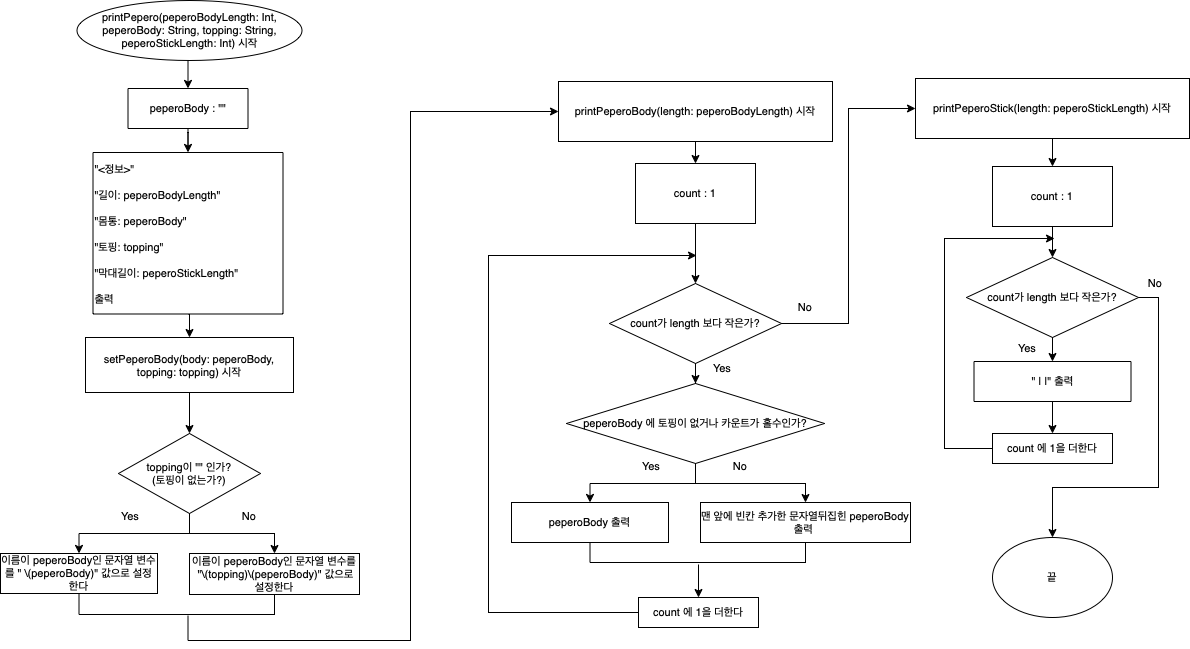
Before: step3 순서도.png, a diagram exported from draw.io (yagom-academy/swift-starter-camp-4th). Source tidied: cells renumbered, new cells last; positions are measured from the earlier drawing's top-left corner, leaving out a move shared by most shapes.
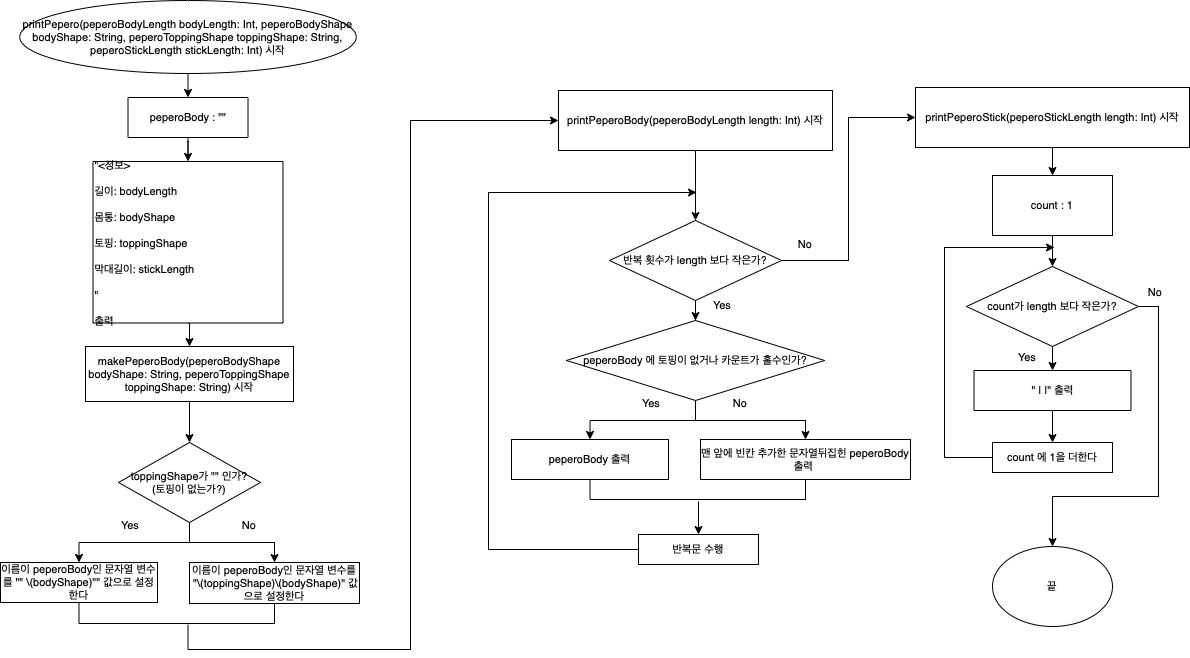
Later version of the same file.

Change to the diagram source:
```diff
@@ -5,8 +5,8 @@
     <mxCell id="2" style="edgeStyle=orthogonalEdgeStyle;rounded=0;jettySize=auto;html=1;exitX=0.5;exitY=1;exitDx=0;exitDy=0;entryX=0.5;entryY=0;entryDx=0;entryDy=0;fontSize=11;" parent="1" edge="1" source="3" target="5">
       <mxGeometry relative="1" as="geometry" />
     </mxCell>
-    <mxCell id="3" value="printPepero(peperoBodyLength: Int, peperoBody: String, topping: String, peperoStickLength: Int) 시작" style="ellipse;labelBackgroundColor=none;labelBorderColor=none;whiteSpace=wrap;fontSize=11;" parent="1" vertex="1">
-      <mxGeometry x="76.5" width="225" height="60" as="geometry" />
+    <mxCell id="3" value="printPepero(peperoBodyLength bodyLength: Int, peperoBodyShape bodyShape: String, peperoToppingShape toppingShape: String, peperoStickLength stickLength: Int) 시작" style="ellipse;labelBackgroundColor=none;labelBorderColor=none;whiteSpace=wrap;fontSize=11;html=1;" parent="1" vertex="1">
+      <mxGeometry x="19.2" y="-9" width="336.5" height="73" as="geometry" />
     </mxCell>
     <mxCell id="4" style="edgeStyle=orthogonalEdgeStyle;rounded=0;jettySize=auto;html=1;exitX=0.5;exitY=1;exitDx=0;exitDy=0;fontSize=11;" parent="1" edge="1" source="5" target="7">
       <mxGeometry relative="1" as="geometry" />
@@ -17,13 +17,13 @@
     <mxCell id="6" style="edgeStyle=orthogonalEdgeStyle;rounded=0;jettySize=auto;html=1;exitX=0.5;exitY=1;exitDx=0;exitDy=0;entryX=0.5;entryY=0;entryDx=0;entryDy=0;fontSize=11;" parent="1" edge="1" source="7" target="9">
       <mxGeometry relative="1" as="geometry" />
     </mxCell>
-    <mxCell id="7" value="&quot;&lt;정보&gt;&quot;&#10;&#10;&quot;길이: peperoBodyLength&quot;&#10;&#10;&quot;몸통: peperoBody&quot;&#10;&#10;&quot;토핑: topping&quot;&#10;&#10;&quot;막대길이: peperoStickLength&quot; &#10;&#10;출력" style="rounded=0;labelBackgroundColor=none;labelBorderColor=none;fontSize=11;align=left;" parent="1" vertex="1">
+    <mxCell id="7" value="&quot;&lt;정보&gt;&#10;&#10;길이: bodyLength&#10;&#10;몸통: bodyShape&#10;&#10;토핑: toppingShape&#10;&#10;막대길이: stickLength&#10;&#10;&quot; &#10;&#10;출력" style="rounded=0;labelBackgroundColor=none;labelBorderColor=none;fontSize=11;align=left;" parent="1" vertex="1">
       <mxGeometry x="92.5" y="152" width="190" height="161.5" as="geometry" />
     </mxCell>
     <mxCell id="8" style="edgeStyle=orthogonalEdgeStyle;rounded=0;jettySize=auto;html=1;exitX=0.5;exitY=1;exitDx=0;exitDy=0;fontSize=11;" parent="1" edge="1" source="9" target="12">
       <mxGeometry relative="1" as="geometry" />
     </mxCell>
-    <mxCell id="9" value="setPeperoBody(body: peperoBody, topping: topping) 시작" style="rounded=0;labelBackgroundColor=none;labelBorderColor=none;fontSize=11;whiteSpace=wrap;" parent="1" vertex="1">
+    <mxCell id="9" value="makePeperoBody(peperoBodyShape bodyShape: String, peperoToppingShape toppingShape: String) 시작" style="rounded=0;labelBackgroundColor=none;labelBorderColor=none;fontSize=11;whiteSpace=wrap;" parent="1" vertex="1">
       <mxGeometry x="85" y="337" width="208" height="55" as="geometry" />
     </mxCell>
     <mxCell id="10" style="edgeStyle=orthogonalEdgeStyle;rounded=0;jettySize=auto;html=1;fontSize=11;" parent="1" edge="1" source="12" target="14">
@@ -32,16 +32,16 @@
     <mxCell id="11" style="edgeStyle=orthogonalEdgeStyle;rounded=0;jettySize=auto;html=1;exitX=0.5;exitY=1;exitDx=0;exitDy=0;fontSize=11;" parent="1" edge="1" source="12" target="15">
       <mxGeometry relative="1" as="geometry" />
     </mxCell>
-    <mxCell id="12" value="topping이 &quot;&quot; 인가?&lt;br&gt;(토핑이 없는가?)" style="rhombus;whiteSpace=wrap;html=1;labelBackgroundColor=none;labelBorderColor=none;fontSize=11;" parent="1" vertex="1">
+    <mxCell id="12" value="toppingShape가 &quot;&quot; 인가?&lt;br&gt;(토핑이 없는가?)" style="rhombus;whiteSpace=wrap;html=1;labelBackgroundColor=none;labelBorderColor=none;fontSize=11;" parent="1" vertex="1">
       <mxGeometry x="118" y="433" width="142" height="80" as="geometry" />
     </mxCell>
     <mxCell id="13" style="edgeStyle=orthogonalEdgeStyle;rounded=0;jettySize=auto;html=1;exitX=0.5;exitY=1;exitDx=0;exitDy=0;entryX=0.5;entryY=1;entryDx=0;entryDy=0;fontSize=11;endArrow=none;endFill=0;" parent="1" edge="1" source="14" target="15">
       <mxGeometry relative="1" as="geometry" />
     </mxCell>
-    <mxCell id="14" value="이름이 peperoBody인 문자열 변수를&amp;nbsp;&quot; \(peperoBody)&quot; 값으로 설정한다" style="rounded=0;whiteSpace=wrap;html=1;labelBackgroundColor=none;labelBorderColor=none;fontSize=11;" parent="1" vertex="1">
+    <mxCell id="14" value="이름이 peperoBody인 문자열 변수를 &quot;&quot; \(bodyShape)&quot;&quot; 값으로 설정한다" style="rounded=0;whiteSpace=wrap;labelBackgroundColor=none;labelBorderColor=none;fontSize=11;" parent="1" vertex="1">
       <mxGeometry y="553" width="157" height="40" as="geometry" />
     </mxCell>
-    <mxCell id="15" value="이름이 peperoBody인 문자열 변수를 &amp;nbsp;&quot;\(topping)\(peperoBody)&quot; 값으로 설정한다" style="rounded=0;whiteSpace=wrap;html=1;labelBackgroundColor=none;labelBorderColor=none;fontSize=11;" parent="1" vertex="1">
+    <mxCell id="15" value="이름이 peperoBody인 문자열 변수를 &amp;nbsp;&quot;\(toppingShape)\(bodyShape)&quot; 값으로 설정한다" style="rounded=0;whiteSpace=wrap;html=1;labelBackgroundColor=none;labelBorderColor=none;fontSize=11;" parent="1" vertex="1">
       <mxGeometry x="189" y="553" width="170" height="41" as="geometry" />
     </mxCell>
     <mxCell id="16" value="Yes" style="text;html=1;strokeColor=none;fillColor=none;align=center;verticalAlign=middle;whiteSpace=wrap;rounded=0;labelBackgroundColor=none;labelBorderColor=none;fontSize=11;" parent="1" vertex="1">
@@ -60,18 +60,12 @@
         </Array>
       </mxGeometry>
     </mxCell>
-    <mxCell id="19" style="edgeStyle=orthogonalEdgeStyle;rounded=0;jettySize=auto;html=1;fontSize=11;endArrow=classic;endFill=1;" parent="1" edge="1" source="20" target="22">
-      <mxGeometry relative="1" as="geometry" />
-    </mxCell>
-    <mxCell id="20" value="printPeperoBody(length: peperoBodyLength) 시작" style="rounded=0;whiteSpace=wrap;labelBackgroundColor=none;labelBorderColor=none;fontSize=11;" parent="1" vertex="1">
+    <mxCell id="20" value="printPeperoBody(peperoBodyLength length: Int) 시작" style="rounded=0;whiteSpace=wrap;labelBackgroundColor=none;labelBorderColor=none;fontSize=11;html=1;" parent="1" vertex="1">
       <mxGeometry x="558" y="81" width="274" height="60" as="geometry" />
     </mxCell>
-    <mxCell id="21" style="edgeStyle=orthogonalEdgeStyle;rounded=0;jettySize=auto;html=1;exitX=0.5;exitY=1;exitDx=0;exitDy=0;entryX=0.5;entryY=0;entryDx=0;entryDy=0;fontSize=11;endArrow=classic;endFill=1;" parent="1" edge="1" source="22" target="33">
+    <mxCell id="21" style="edgeStyle=orthogonalEdgeStyle;rounded=0;jettySize=auto;html=1;entryX=0.5;entryY=0;entryDx=0;entryDy=0;fontSize=11;endArrow=classic;endFill=1;" parent="1" edge="1" source="20" target="33">
       <mxGeometry relative="1" as="geometry" />
     </mxCell>
-    <mxCell id="22" value="count : 1" style="rounded=0;whiteSpace=wrap;html=1;labelBackgroundColor=none;labelBorderColor=none;fontSize=11;" parent="1" vertex="1">
-      <mxGeometry x="635" y="163" width="120" height="60" as="geometry" />
-    </mxCell>
     <mxCell id="23" style="edgeStyle=orthogonalEdgeStyle;rounded=0;jettySize=auto;html=1;entryX=0.5;entryY=0;entryDx=0;entryDy=0;fontSize=11;endArrow=classic;endFill=1;" parent="1" edge="1" source="25" target="27">
       <mxGeometry relative="1" as="geometry" />
     </mxCell>
@@ -79,22 +73,22 @@
       <mxGeometry relative="1" as="geometry" />
     </mxCell>
     <mxCell id="25" value="peperoBody 에 토핑이 없거나 카운트가 홀수인가?" style="rhombus;whiteSpace=wrap;html=1;labelBackgroundColor=none;labelBorderColor=none;fontSize=11;" parent="1" vertex="1">
-      <mxGeometry x="566" y="383" width="258" height="80" as="geometry" />
+      <mxGeometry x="566" y="311" width="258" height="80" as="geometry" />
     </mxCell>
     <mxCell id="26" style="edgeStyle=orthogonalEdgeStyle;rounded=0;jettySize=auto;html=1;exitX=0.5;exitY=1;exitDx=0;exitDy=0;entryX=0.5;entryY=1;entryDx=0;entryDy=0;fontSize=11;endArrow=none;endFill=0;" parent="1" edge="1" source="27" target="28">
       <mxGeometry relative="1" as="geometry" />
     </mxCell>
     <mxCell id="27" value="peperoBody 출력" style="rounded=0;whiteSpace=wrap;html=1;labelBackgroundColor=none;labelBorderColor=none;fontSize=11;" parent="1" vertex="1">
-      <mxGeometry x="511" y="502" width="157" height="40" as="geometry" />
+      <mxGeometry x="511" y="430" width="157" height="40" as="geometry" />
     </mxCell>
     <mxCell id="28" value="맨 앞에 빈칸 추가한 문자열뒤집힌 peperoBody 출력&amp;nbsp;" style="rounded=0;whiteSpace=wrap;html=1;labelBackgroundColor=none;labelBorderColor=none;fontSize=11;" parent="1" vertex="1">
-      <mxGeometry x="700" y="502" width="210" height="40" as="geometry" />
+      <mxGeometry x="700" y="430" width="210" height="40" as="geometry" />
     </mxCell>
     <mxCell id="29" value="Yes" style="text;html=1;strokeColor=none;fillColor=none;align=center;verticalAlign=middle;whiteSpace=wrap;rounded=0;labelBackgroundColor=none;labelBorderColor=none;fontSize=11;" parent="1" vertex="1">
-      <mxGeometry x="621" y="451" width="60" height="30" as="geometry" />
+      <mxGeometry x="621" y="379" width="60" height="30" as="geometry" />
     </mxCell>
     <mxCell id="30" value="No" style="text;html=1;strokeColor=none;fillColor=none;align=center;verticalAlign=middle;whiteSpace=wrap;rounded=0;labelBackgroundColor=none;labelBorderColor=none;fontSize=11;" parent="1" vertex="1">
-      <mxGeometry x="710" y="451" width="60" height="30" as="geometry" />
+      <mxGeometry x="710" y="379" width="60" height="30" as="geometry" />
     </mxCell>
     <mxCell id="31" style="edgeStyle=orthogonalEdgeStyle;rounded=0;jettySize=auto;html=1;fontSize=11;endArrow=classic;endFill=1;entryX=0.5;entryY=0;entryDx=0;entryDy=0;" parent="1" edge="1" source="33" target="25">
       <mxGeometry relative="1" as="geometry" />
@@ -102,37 +96,36 @@
     <mxCell id="32" style="edgeStyle=orthogonalEdgeStyle;rounded=0;jettySize=auto;html=1;exitX=1;exitY=0.5;exitDx=0;exitDy=0;entryX=0;entryY=0.5;entryDx=0;entryDy=0;fontSize=11;endArrow=classic;endFill=1;" parent="1" edge="1" source="33" target="40">
       <mxGeometry relative="1" as="geometry" />
     </mxCell>
-    <mxCell id="33" value="count가 length 보다 작은가?" style="rhombus;whiteSpace=wrap;html=1;labelBackgroundColor=none;labelBorderColor=none;fontSize=11;" parent="1" vertex="1">
-      <mxGeometry x="609" y="283" width="172" height="80" as="geometry" />
+    <mxCell id="33" value="반복 횟수가 length 보다 작은가?" style="rhombus;whiteSpace=wrap;html=1;labelBackgroundColor=none;labelBorderColor=none;fontSize=11;" parent="1" vertex="1">
+      <mxGeometry x="609" y="211" width="172" height="80" as="geometry" />
     </mxCell>
     <mxCell id="34" style="edgeStyle=orthogonalEdgeStyle;rounded=0;jettySize=auto;html=1;fontSize=11;endArrow=classic;endFill=1;" parent="1" edge="1" target="36">
       <mxGeometry relative="1" as="geometry">
-        <mxPoint x="698" y="564" as="sourcePoint" />
+        <mxPoint x="698" y="492" as="sourcePoint" />
       </mxGeometry>
     </mxCell>
     <mxCell id="35" style="edgeStyle=orthogonalEdgeStyle;rounded=0;jettySize=auto;html=1;fontSize=11;endArrow=classic;endFill=1;" parent="1" edge="1" source="36">
       <mxGeometry relative="1" as="geometry">
-        <mxPoint x="696" y="255" as="targetPoint" />
+        <mxPoint x="696" y="183" as="targetPoint" />
         <Array as="points">
-          <mxPoint x="488" y="612" />
-          <mxPoint x="488" y="255" />
-          <mxPoint x="692" y="255" />
+          <mxPoint x="488" y="540" />
+          <mxPoint x="488" y="183" />
         </Array>
       </mxGeometry>
     </mxCell>
-    <mxCell id="36" value="count 에 1을 더한다" style="rounded=0;whiteSpace=wrap;html=1;labelBackgroundColor=none;labelBorderColor=none;fontSize=11;" parent="1" vertex="1">
-      <mxGeometry x="638" y="597" width="120" height="30" as="geometry" />
+    <mxCell id="36" value="반복문 수행" style="rounded=0;whiteSpace=wrap;html=1;labelBackgroundColor=none;labelBorderColor=none;fontSize=11;" parent="1" vertex="1">
+      <mxGeometry x="638" y="525" width="120" height="30" as="geometry" />
     </mxCell>
     <mxCell id="37" value="Yes" style="text;html=1;strokeColor=none;fillColor=none;align=center;verticalAlign=middle;whiteSpace=wrap;rounded=0;labelBackgroundColor=none;labelBorderColor=none;fontSize=11;" parent="1" vertex="1">
-      <mxGeometry x="692" y="353" width="60" height="30" as="geometry" />
+      <mxGeometry x="692" y="281" width="60" height="30" as="geometry" />
     </mxCell>
     <mxCell id="38" value="No" style="text;html=1;strokeColor=none;fillColor=none;align=center;verticalAlign=middle;whiteSpace=wrap;rounded=0;labelBackgroundColor=none;labelBorderColor=none;fontSize=11;" parent="1" vertex="1">
-      <mxGeometry x="775" y="292" width="60" height="30" as="geometry" />
+      <mxGeometry x="775" y="220" width="60" height="30" as="geometry" />
     </mxCell>
     <mxCell id="39" style="edgeStyle=orthogonalEdgeStyle;rounded=0;jettySize=auto;html=1;exitX=0.5;exitY=1;exitDx=0;exitDy=0;entryX=0.5;entryY=0;entryDx=0;entryDy=0;fontSize=11;endArrow=classic;endFill=1;" parent="1" edge="1" source="40" target="42">
       <mxGeometry relative="1" as="geometry" />
     </mxCell>
-    <mxCell id="40" value="printPeperoStick(length: peperoStickLength) 시작" style="rounded=0;whiteSpace=wrap;labelBackgroundColor=none;labelBorderColor=none;fontSize=11;" parent="1" vertex="1">
+    <mxCell id="40" value="printPeperoStick(peperoStickLength length: Int) 시작" style="rounded=0;whiteSpace=wrap;labelBackgroundColor=none;labelBorderColor=none;fontSize=11;html=1;" parent="1" vertex="1">
       <mxGeometry x="915" y="78" width="274" height="60" as="geometry" />
     </mxCell>
     <mxCell id="41" style="edgeStyle=orthogonalEdgeStyle;rounded=0;jettySize=auto;html=1;exitX=0.5;exitY=1;exitDx=0;exitDy=0;entryX=0.5;entryY=0;entryDx=0;entryDy=0;fontSize=11;endArrow=classic;endFill=1;" parent="1" edge="1" source="42" target="45">
```
